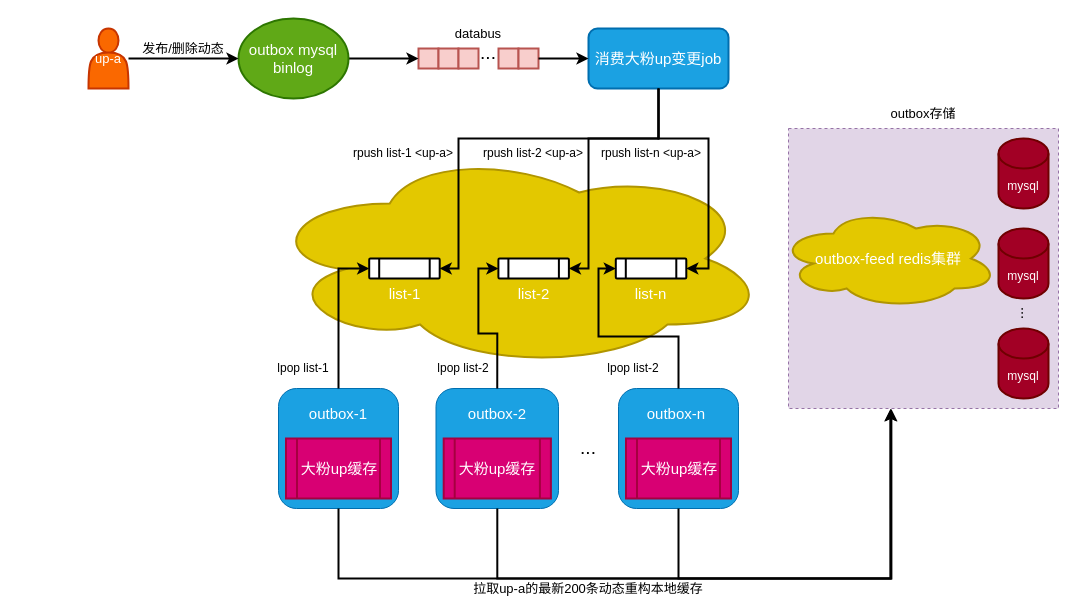
Before: 常驻缓存异步通知.drawio in smartcharles/tech_draw, a draw.io diagram. Source tidied: cells renumbered, new cells numbered last; positions are measured from the earlier drawing's top-left corner, leaving out a move shared by most shapes. Both pictures are drawn from the tidied source at 100%, with x=0, y=0 at pixel (88, 18).
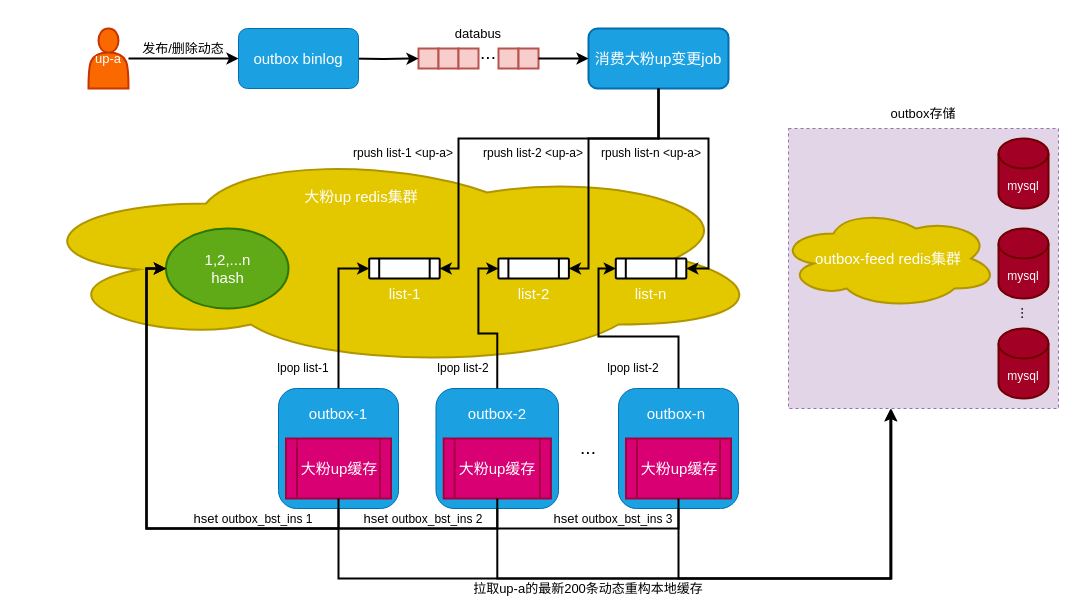
Above is the later version.

Commit message (it also covers changes not shown here):
更新常驻缓存异步通知.drawio

Unchanged cells that the change refers to:
```xml
<mxCell id="4" style="rounded=0;whiteSpace=wrap;html=1;fillColor=#f8cecc;strokeColor=#b85450;strokeWidth=2;" parent="3" vertex="1">
  <mxGeometry y="10" width="20" height="20" as="geometry" />
</mxCell>
<mxCell id="24" value="&lt;span style=&quot;font-size: 15px;&quot;&gt;大粉up缓存&lt;/span&gt;" style="shape=process;whiteSpace=wrap;html=1;backgroundOutline=1;strokeWidth=2;fillColor=#d80073;fontColor=#ffffff;strokeColor=#A50040;" parent="22" vertex="1">
  <mxGeometry x="7.7" y="50" width="107.2" height="60" as="geometry" />
</mxCell>
<mxCell id="28" value="&lt;span style=&quot;font-size: 15px;&quot;&gt;大粉up缓存&lt;/span&gt;" style="shape=process;whiteSpace=wrap;html=1;backgroundOutline=1;strokeWidth=2;fillColor=#d80073;fontColor=#ffffff;strokeColor=#A50040;" parent="26" vertex="1">
  <mxGeometry x="7.5" y="50" width="105" height="60" as="geometry" />
</mxCell>
<mxCell id="56" value="&lt;font color=&quot;#ffffff&quot; style=&quot;font-size: 13px;&quot;&gt;up-a&lt;/font&gt;" style="shape=actor;whiteSpace=wrap;html=1;strokeWidth=2;fillColor=#fa6800;fontColor=#000000;strokeColor=#C73500;" parent="1" vertex="1">
  <mxGeometry y="10" width="40" height="60" as="geometry" />
</mxCell>
```

What changed in the source:
```diff
@@
     <mxCell id="2" style="ellipse;shape=cloud;whiteSpace=wrap;html=1;strokeWidth=2;fillColor=#e3c800;fontColor=#000000;strokeColor=#B09500;" parent="1" vertex="1">
-      <mxGeometry x="175" y="130" width="505" height="220" as="geometry" />
+      <mxGeometry x="-70" y="130" width="750" height="220" as="geometry" />
     </mxCell>
@@
-    <mxCell id="10" style="edgeStyle=orthogonalEdgeStyle;rounded=0;jettySize=auto;html=1;entryX=0;entryY=0.5;entryDx=0;entryDy=0;strokeWidth=2;" parent="1" edge="1" source="11" target="4">
-      <mxGeometry relative="1" as="geometry" />
+    <mxCell id="10" style="edgeStyle=orthogonalEdgeStyle;rounded=0;jettySize=auto;html=1;entryX=0;entryY=0.5;entryDx=0;entryDy=0;strokeWidth=2;" parent="1" edge="1" target="4">
+      <mxGeometry relative="1" as="geometry">
+        <mxPoint x="260" y="40" as="sourcePoint" />
+      </mxGeometry>
     </mxCell>
-    <mxCell id="11" value="&lt;font style=&quot;font-size: 15px;&quot;&gt;outbox mysql binlog&lt;/font&gt;" style="ellipse;whiteSpace=wrap;html=1;strokeWidth=2;fillColor=#60a917;fontColor=#ffffff;strokeColor=#2D7600;" parent="1" vertex="1">
-      <mxGeometry x="150" width="110" height="80" as="geometry" />
-    </mxCell>
@@
-    <mxCell id="55" style="edgeStyle=orthogonalEdgeStyle;rounded=0;jettySize=auto;html=1;entryX=0;entryY=0.5;entryDx=0;entryDy=0;strokeWidth=2;" parent="1" edge="1" source="56" target="11">
-      <mxGeometry relative="1" as="geometry" />
+    <mxCell id="55" style="edgeStyle=orthogonalEdgeStyle;rounded=0;jettySize=auto;html=1;entryX=0;entryY=0.5;entryDx=0;entryDy=0;strokeWidth=2;" parent="1" edge="1" source="56">
+      <mxGeometry relative="1" as="geometry">
+        <mxPoint x="150" y="40" as="targetPoint" />
+      </mxGeometry>
     </mxCell>
@@
+    <mxCell id="58" value="&lt;font color=&quot;#ffffff&quot; style=&quot;font-size: 15px;&quot;&gt;大粉up redis集群&lt;/font&gt;" style="text;strokeColor=none;align=center;fillColor=none;html=1;verticalAlign=middle;whiteSpace=wrap;rounded=0;" parent="1" vertex="1">
+      <mxGeometry x="197.5" y="160" width="150" height="35" as="geometry" />
+    </mxCell>
+    <mxCell id="59" value="&lt;font style=&quot;font-size: 15px;&quot;&gt;outbox binlog&lt;/font&gt;" style="rounded=1;whiteSpace=wrap;html=1;fillColor=#1ba1e2;fontColor=#ffffff;strokeColor=#006EAF;" parent="1" vertex="1">
+      <mxGeometry x="150" y="10" width="120" height="60" as="geometry" />
+    </mxCell>
+    <mxCell id="60" value="&lt;font style=&quot;font-size: 15px;&quot;&gt;1,2,...n&lt;br&gt;hash&lt;br&gt;&lt;/font&gt;" style="ellipse;whiteSpace=wrap;html=1;strokeWidth=2;fillColor=#60a917;fontColor=#ffffff;strokeColor=#2D7600;" parent="1" vertex="1">
+      <mxGeometry x="77.5" y="210" width="122.5" height="80" as="geometry" />
+    </mxCell>
+    <mxCell id="61" style="edgeStyle=orthogonalEdgeStyle;rounded=0;jettySize=auto;html=1;entryX=0;entryY=0.5;entryDx=0;entryDy=0;strokeWidth=2;" parent="1" edge="1" target="60">
+      <mxGeometry relative="1" as="geometry">
+        <mxPoint x="250" y="480" as="sourcePoint" />
+        <Array as="points">
+          <mxPoint x="250" y="510" />
+          <mxPoint x="58" y="510" />
+          <mxPoint x="58" y="250" />
+        </Array>
+      </mxGeometry>
+    </mxCell>
+    <mxCell id="62" style="edgeStyle=orthogonalEdgeStyle;rounded=0;jettySize=auto;html=1;entryX=0;entryY=0.5;entryDx=0;entryDy=0;strokeWidth=2;" parent="1" edge="1" source="24" target="60">
+      <mxGeometry relative="1" as="geometry">
+        <Array as="points">
+          <mxPoint x="409" y="510" />
+          <mxPoint x="58" y="510" />
+          <mxPoint x="58" y="250" />
+        </Array>
+      </mxGeometry>
+    </mxCell>
+    <mxCell id="63" style="edgeStyle=orthogonalEdgeStyle;rounded=0;jettySize=auto;html=1;entryX=0;entryY=0.5;entryDx=0;entryDy=0;strokeWidth=2;" parent="1" edge="1" source="28" target="60">
+      <mxGeometry relative="1" as="geometry">
+        <Array as="points">
+          <mxPoint x="590" y="510" />
+          <mxPoint x="58" y="510" />
+          <mxPoint x="58" y="250" />
+        </Array>
+      </mxGeometry>
+    </mxCell>
+    <mxCell id="64" value="&lt;font style=&quot;font-size: 13px;&quot;&gt;hset&amp;nbsp;&lt;/font&gt;outbox_bst_ins 1" style="text;strokeColor=none;align=center;fillColor=none;html=1;verticalAlign=middle;whiteSpace=wrap;rounded=0;" parent="1" vertex="1">
+      <mxGeometry x="40" y="490" width="250" height="20" as="geometry" />
+    </mxCell>
+    <mxCell id="65" value="&lt;font style=&quot;font-size: 13px;&quot;&gt;hset&amp;nbsp;&lt;/font&gt;outbox_bst_ins 2" style="text;strokeColor=none;align=center;fillColor=none;html=1;verticalAlign=middle;whiteSpace=wrap;rounded=0;" parent="1" vertex="1">
+      <mxGeometry x="210" y="490" width="250" height="20" as="geometry" />
+    </mxCell>
+    <mxCell id="66" value="&lt;font style=&quot;font-size: 13px;&quot;&gt;hset&amp;nbsp;&lt;/font&gt;outbox_bst_ins 3" style="text;strokeColor=none;align=center;fillColor=none;html=1;verticalAlign=middle;whiteSpace=wrap;rounded=0;" parent="1" vertex="1">
+      <mxGeometry x="400" y="490" width="250" height="20" as="geometry" />
+    </mxCell>
```
